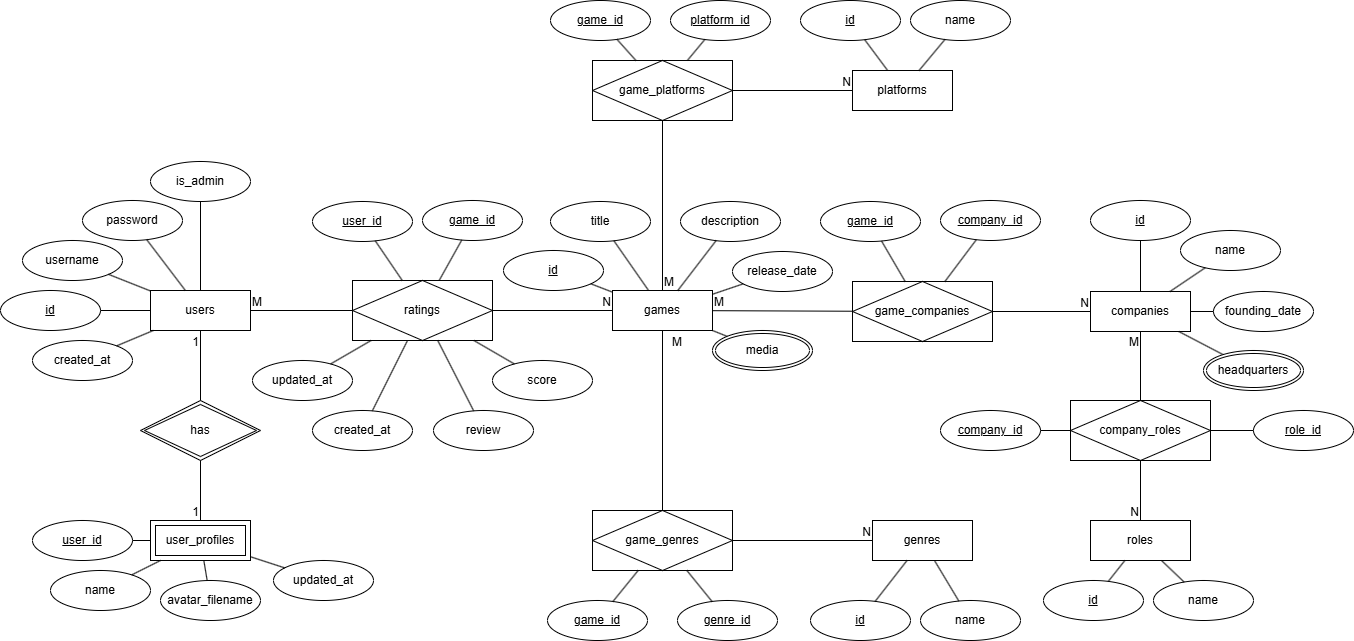
The draw.io diagram docs/Entity Relationship Diagram.png in billdansr/sweet-potato, before a commit. Source tidied: cells renumbered, new cells last; positions are measured from the earlier drawing's top-left corner, leaving out a move shared by most shapes.
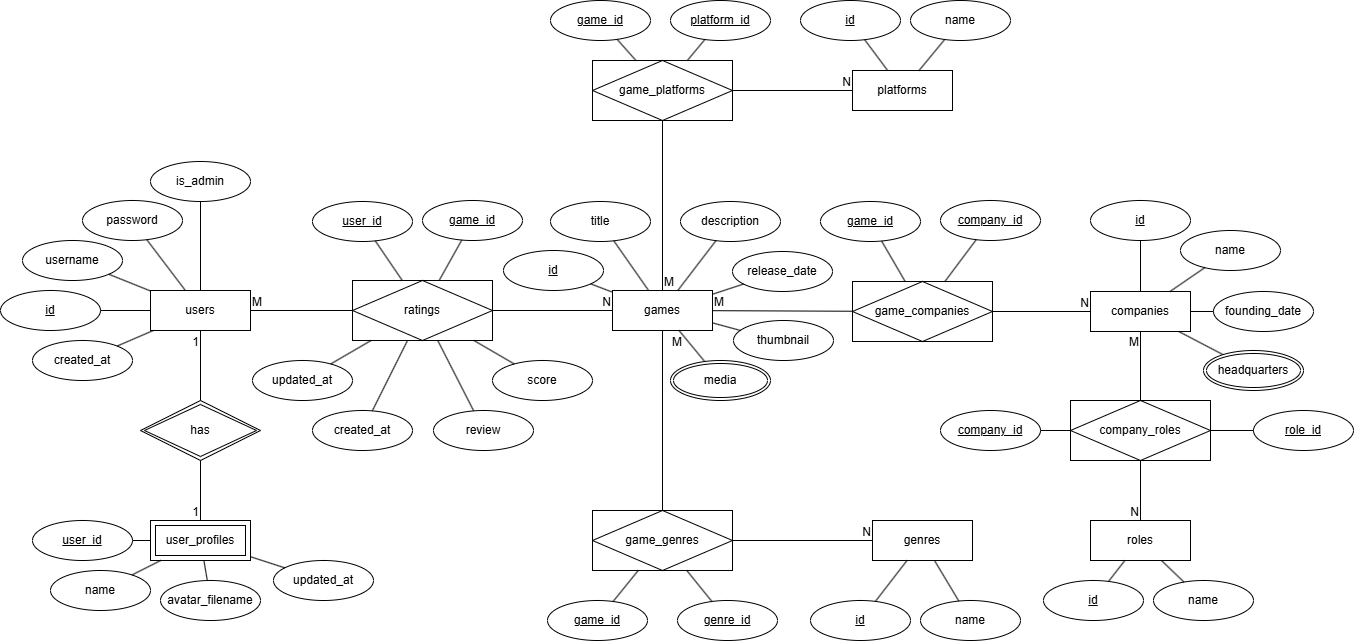
After the commit.

What changed in the source:
```diff
@@ -266,7 +266,7 @@
       <mxGeometry relative="1" as="geometry" />
     </mxCell>
     <mxCell id="88" value="media" style="ellipse;shape=doubleEllipse;margin=3;whiteSpace=wrap;html=1;align=center;" parent="1" vertex="1">
-      <mxGeometry x="712" y="330" width="100" height="40" as="geometry" />
+      <mxGeometry x="670" y="360" width="100" height="40" as="geometry" />
     </mxCell>
     <mxCell id="89" style="endArrow=none;html=1;rounded=0;" parent="1" edge="1" source="88" target="3">
       <mxGeometry relative="1" as="geometry" />
@@ -365,5 +365,11 @@
     <mxCell id="119" style="endArrow=none;html=1;rounded=0;" parent="1" edge="1" source="118" target="4">
       <mxGeometry relative="1" as="geometry" />
     </mxCell>
+    <mxCell id="120" value="thumbnail" style="ellipse;whiteSpace=wrap;html=1;align=center;" parent="1" vertex="1">
+      <mxGeometry x="733" y="320" width="100" height="40" as="geometry" />
+    </mxCell>
+    <mxCell id="121" style="endArrow=none;html=1;rounded=0;" parent="1" edge="1" source="120" target="3">
+      <mxGeometry relative="1" as="geometry" />
+    </mxCell>
   </root>
 </mxGraphModel>
```
